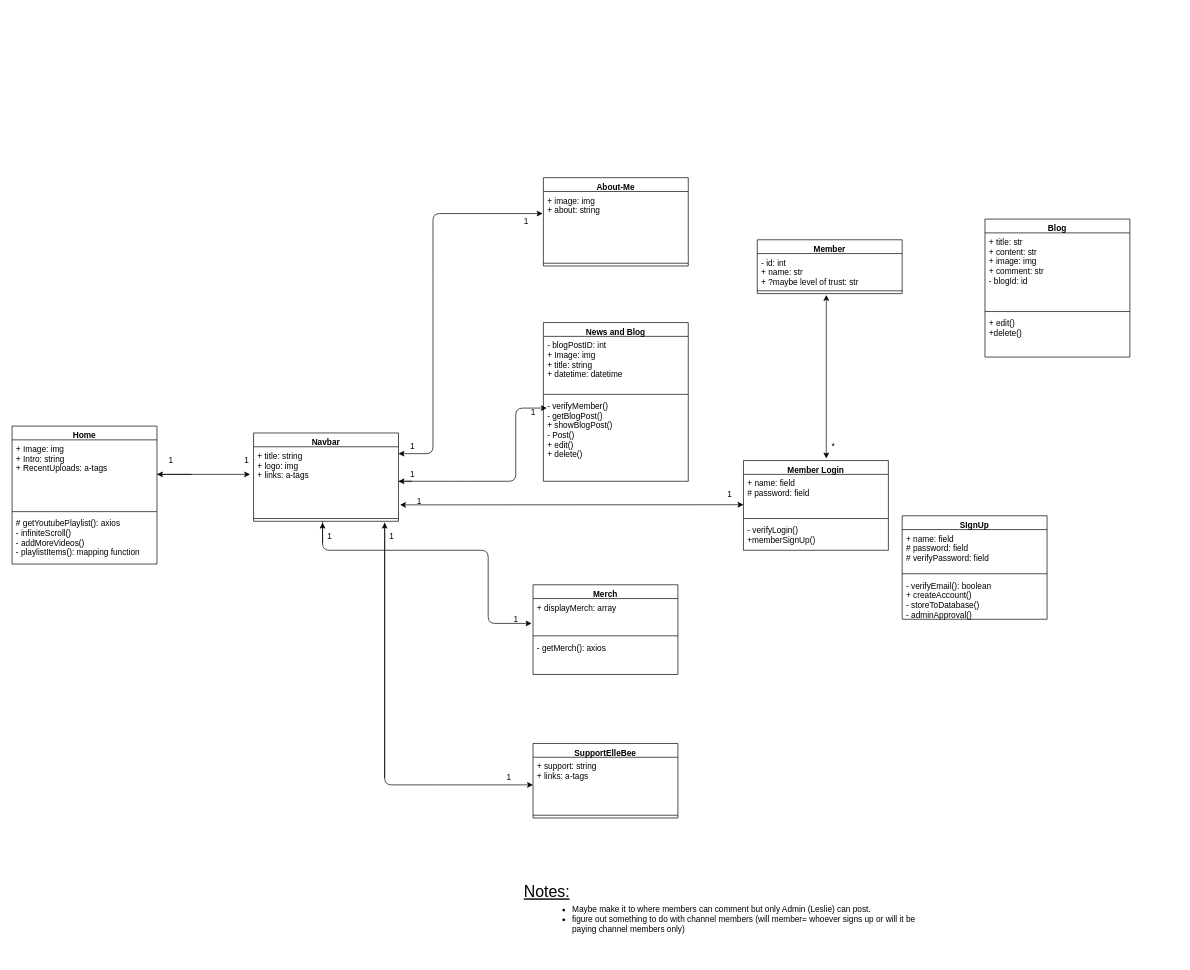
Earlier version of the draw.io diagram ElleBee-ClassDiagram.drawio (bass1121/ElleBeeWebsite). Source tidied: cells renumbered, new cells numbered last; positions are measured from the earlier drawing's top-left corner, leaving out a move shared by most shapes. Both pictures are drawn from the tidied source at 69%, with x=0, y=0 at pixel (12, 177).
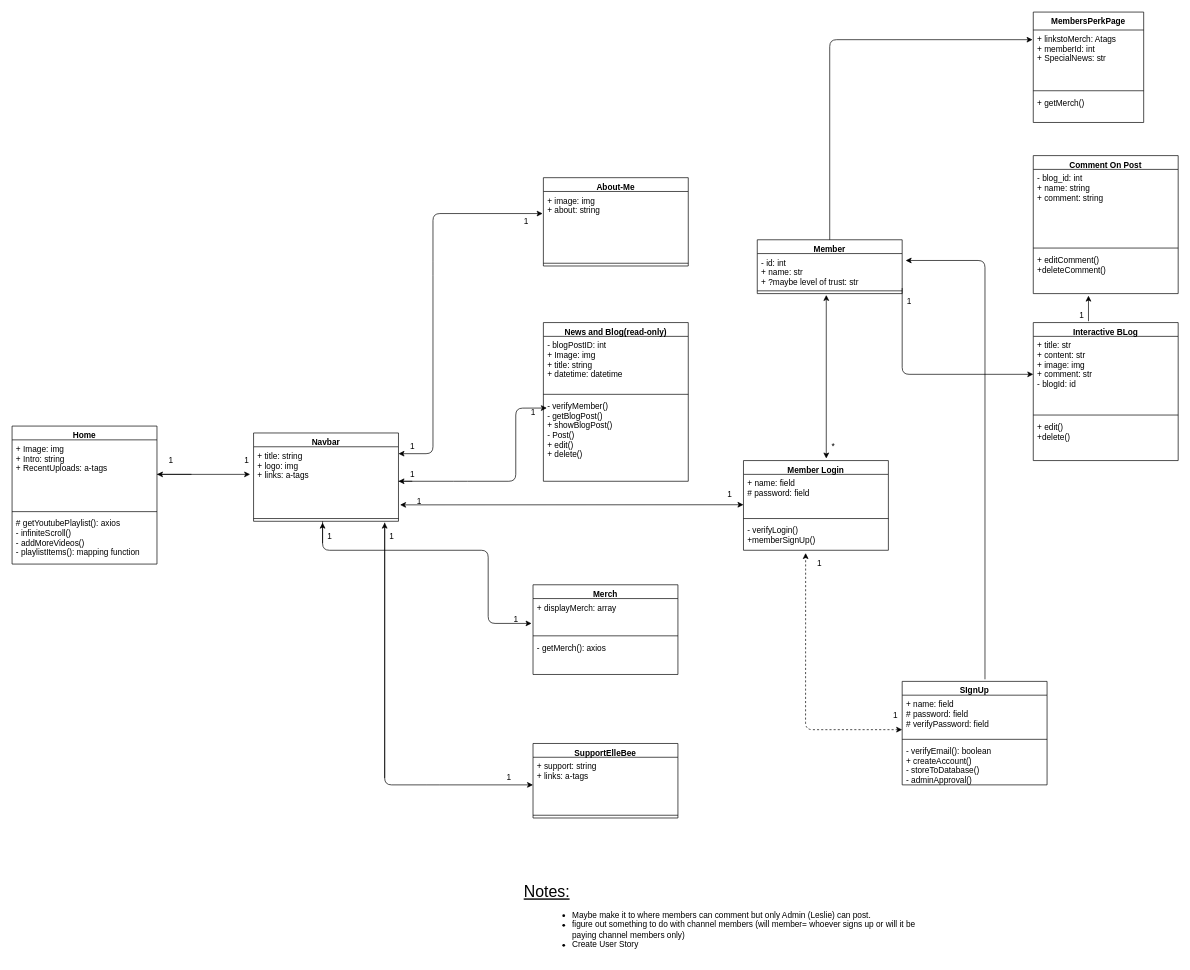
Above is the later version.

Commit message:
Added sections to the class diagram

The change refers to these unchanged cells:
```xml
<mxCell id="19" value="- verifyLogin()&#10;+memberSignUp()" style="text;strokeColor=none;fillColor=none;align=left;verticalAlign=top;spacingLeft=4;spacingRight=4;overflow=hidden;points=[[0,0.5],[1,0.5]];portConstraint=eastwest;" parent="16" vertex="1">
  <mxGeometry y="88" width="210" height="42" as="geometry" />
</mxCell>
<mxCell id="21" value="+ name: field&#10;# password: field&#10;# verifyPassword: field&#10;" style="text;strokeColor=none;fillColor=none;align=left;verticalAlign=top;spacingLeft=4;spacingRight=4;overflow=hidden;points=[[0,0.5],[1,0.5]];portConstraint=eastwest;" parent="20" vertex="1">
  <mxGeometry y="20" width="210" height="60" as="geometry" />
</mxCell>
<mxCell id="61" value="Member" style="swimlane;fontStyle=1;align=center;verticalAlign=top;horizontal=1;startSize=20;" parent="1" vertex="1">
  <mxGeometry x="1080" y="90" width="210" height="78" as="geometry" />
</mxCell>
<mxCell id="62" value="- id: int&#10;+ name: str&#10;+ ?maybe level of trust: str" style="text;strokeColor=none;fillColor=none;align=left;verticalAlign=top;spacingLeft=4;spacingRight=4;overflow=hidden;points=[[0,0.5],[1,0.5]];portConstraint=eastwest;" parent="61" vertex="1">
  <mxGeometry y="20" width="210" height="50" as="geometry" />
</mxCell>
<mxCell id="63" style="line;strokeWidth=1;fillColor=none;align=left;verticalAlign=middle;spacingTop=-1;spacingLeft=3;spacingRight=3;labelPosition=right;points=[];portConstraint=eastwest;" parent="61" vertex="1">
  <mxGeometry y="70" width="210" height="8" as="geometry" />
</mxCell>
```

The edit, as a diff of the source:
```diff
@@
-    <mxCell id="8" value="News and Blog" style="swimlane;fontStyle=1;align=center;verticalAlign=top;horizontal=1;startSize=20;" parent="1" vertex="1">
+    <mxCell id="8" value="News and Blog(read-only)" style="swimlane;fontStyle=1;align=center;verticalAlign=top;horizontal=1;startSize=20;" parent="1" vertex="1">
       <mxGeometry x="770" y="210" width="210" height="230" as="geometry" />
     </mxCell>
@@
     <mxCell id="20" value="SIgnUp" style="swimlane;fontStyle=1;align=center;verticalAlign=top;horizontal=1;startSize=20;" parent="1" vertex="1">
-      <mxGeometry x="1290" y="490" width="210" height="150" as="geometry" />
+      <mxGeometry x="1290" y="730" width="210" height="150" as="geometry" />
     </mxCell>
@@
-    <mxCell id="33" value="&lt;ul&gt;&lt;li&gt;Maybe make it to where members can comment but only Admin (Leslie) can post.&lt;/li&gt;&lt;li&gt;figure out something to do with channel members (will member= whoever signs up or will it be paying channel members only)&lt;/li&gt;&lt;/ul&gt;" style="text;html=1;strokeColor=none;fillColor=none;align=left;verticalAlign=middle;whiteSpace=wrap;rounded=0;fontStyle=0;" parent="1" vertex="1">
-      <mxGeometry x="770" y="1060" width="570" height="30" as="geometry" />
+    <mxCell id="33" value="&lt;ul&gt;&lt;li&gt;Maybe make it to where members can comment but only Admin (Leslie) can post.&lt;/li&gt;&lt;li&gt;figure out something to do with channel members (will member= whoever signs up or will it be paying channel members only)&lt;/li&gt;&lt;li&gt;Create User Story&lt;/li&gt;&lt;/ul&gt;" style="text;html=1;strokeColor=none;fillColor=none;align=left;verticalAlign=middle;whiteSpace=wrap;rounded=0;fontStyle=0;" parent="1" vertex="1">
+      <mxGeometry x="770" y="1060" width="570" height="60" as="geometry" />
     </mxCell>
-    <mxCell id="34" value="Blog" style="swimlane;fontStyle=1;align=center;verticalAlign=top;horizontal=1;startSize=20;" parent="1" vertex="1">
-      <mxGeometry x="1410" y="60" width="210" height="200" as="geometry" />
+    <mxCell id="34" value="Interactive BLog" style="swimlane;fontStyle=1;align=center;verticalAlign=top;horizontal=1;startSize=20;" parent="1" vertex="1">
+      <mxGeometry x="1480" y="210" width="210" height="200" as="geometry" />
     </mxCell>
@@
+    <mxCell id="66" value="Comment On Post" style="swimlane;fontStyle=1;align=center;verticalAlign=top;horizontal=1;startSize=20;" parent="1" vertex="1">
+      <mxGeometry x="1480" y="-32" width="210" height="200" as="geometry" />
+    </mxCell>
+    <mxCell id="67" value="- blog_id: int&#10;+ name: string&#10;+ comment: string" style="text;strokeColor=none;fillColor=none;align=left;verticalAlign=top;spacingLeft=4;spacingRight=4;overflow=hidden;" parent="66" vertex="1">
+      <mxGeometry y="20" width="210" height="110" as="geometry" />
+    </mxCell>
+    <mxCell id="68" style="line;strokeWidth=1;fillColor=none;align=left;verticalAlign=middle;spacingTop=-1;spacingLeft=3;spacingRight=3;labelPosition=right;" parent="66" vertex="1">
+      <mxGeometry y="130" width="210" height="8" as="geometry" />
+    </mxCell>
+    <mxCell id="69" value="+ editComment()&#10;+deleteComment()" style="text;strokeColor=none;fillColor=none;align=left;verticalAlign=top;spacingLeft=4;spacingRight=4;overflow=hidden;points=[[0,0.5],[1,0.5]];portConstraint=eastwest;" parent="66" vertex="1">
+      <mxGeometry y="138" width="210" height="62" as="geometry" />
+    </mxCell>
+    <mxCell id="70" style="endArrow=classic;startArrow=classic;html=1;exitX=0;exitY=0.833;exitDx=0;exitDy=0;exitPerimeter=0;entryX=0.429;entryY=1.095;entryDx=0;entryDy=0;entryPerimeter=0;dashed=1;" parent="1" edge="1" source="21" target="19">
+      <mxGeometry relative="1" as="geometry">
+        <Array as="points">
+          <mxPoint x="1150" y="800" />
+        </Array>
+      </mxGeometry>
+    </mxCell>
+    <mxCell id="71" value="1" style="text;html=1;align=center;verticalAlign=middle;strokeColor=none;" parent="1" vertex="1">
+      <mxGeometry x="1160" y="550" width="20" height="20" as="geometry" />
+    </mxCell>
+    <mxCell id="72" value="1" style="text;html=1;align=center;verticalAlign=middle;strokeColor=none;" parent="1" vertex="1">
+      <mxGeometry x="1270" y="770" width="20" height="20" as="geometry" />
+    </mxCell>
+    <mxCell id="73" style="endArrow=classic;html=1;exitX=1;exitY=0;exitDx=0;exitDy=0;exitPerimeter=0;" parent="1" edge="1" source="63">
+      <mxGeometry relative="1" as="geometry">
+        <mxPoint x="1480" y="285" as="targetPoint" />
+        <Array as="points">
+          <mxPoint x="1290" y="285" />
+        </Array>
+      </mxGeometry>
+    </mxCell>
+    <mxCell id="74" style="endArrow=classic;html=1;entryX=0.381;entryY=1.048;entryDx=0;entryDy=0;entryPerimeter=0;" parent="1" edge="1" target="69">
+      <mxGeometry relative="1" as="geometry">
+        <mxPoint x="1560" y="208" as="sourcePoint" />
+      </mxGeometry>
+    </mxCell>
+    <mxCell id="75" style="endArrow=classic;html=1;exitX=0.5;exitY=0;exitDx=0;exitDy=0;" parent="1" edge="1" source="61">
+      <mxGeometry relative="1" as="geometry">
+        <mxPoint x="1479" y="-200" as="targetPoint" />
+        <Array as="points">
+          <mxPoint x="1185" y="-200" />
+        </Array>
+      </mxGeometry>
+    </mxCell>
+    <mxCell id="76" value="MembersPerkPage" style="swimlane;fontStyle=1;align=center;verticalAlign=top;horizontal=1;startSize=26;" parent="1" vertex="1">
+      <mxGeometry x="1480" y="-240" width="160" height="160" as="geometry" />
+    </mxCell>
+    <mxCell id="77" value="+ linkstoMerch: Atags&#10;+ memberId: int&#10;+ SpecialNews: str&#10;" style="text;strokeColor=none;fillColor=none;align=left;verticalAlign=top;spacingLeft=4;spacingRight=4;overflow=hidden;" parent="76" vertex="1">
+      <mxGeometry y="26" width="160" height="84" as="geometry" />
+    </mxCell>
+    <mxCell id="78" style="line;strokeWidth=1;fillColor=none;align=left;verticalAlign=middle;spacingTop=-1;spacingLeft=3;spacingRight=3;labelPosition=right;" parent="76" vertex="1">
+      <mxGeometry y="110" width="160" height="8" as="geometry" />
+    </mxCell>
+    <mxCell id="79" value="+ getMerch()" style="text;strokeColor=none;fillColor=none;align=left;verticalAlign=top;spacingLeft=4;spacingRight=4;overflow=hidden;" parent="76" vertex="1">
+      <mxGeometry y="118" width="160" height="42" as="geometry" />
+    </mxCell>
+    <mxCell id="80" style="endArrow=classic;html=1;entryX=1.024;entryY=0.2;entryDx=0;entryDy=0;entryPerimeter=0;" parent="1" edge="1" target="62">
+      <mxGeometry relative="1" as="geometry">
+        <mxPoint x="1410" y="727" as="sourcePoint" />
+        <Array as="points">
+          <mxPoint x="1410" y="120" />
+        </Array>
+      </mxGeometry>
+    </mxCell>
+    <mxCell id="81" value="1" style="text;html=1;align=center;verticalAlign=middle;strokeColor=none;" parent="1" vertex="1">
+      <mxGeometry x="1290" y="170" width="20" height="20" as="geometry" />
+    </mxCell>
+    <mxCell id="82" value="1" style="text;html=1;align=center;verticalAlign=middle;strokeColor=none;" parent="1" vertex="1">
+      <mxGeometry x="1540" y="190" width="20" height="20" as="geometry" />
+    </mxCell>
```
